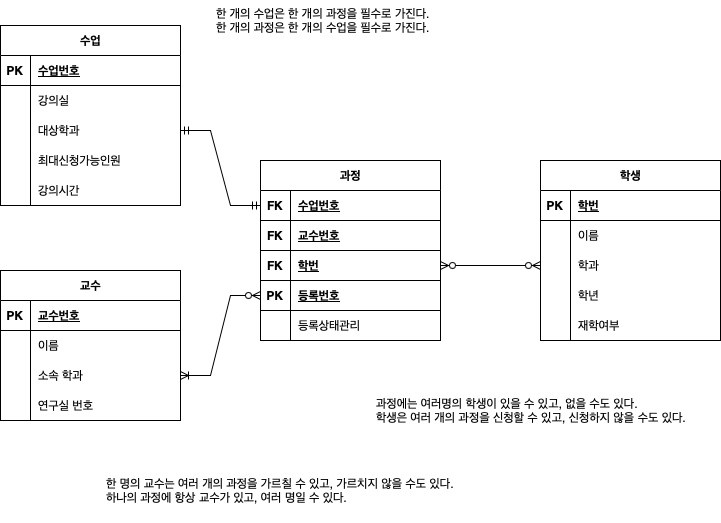
ikkjun/SQL keeps this draw.io diagram as Data Modeling/수강신청.drawio.png. Above is the earlier version. Source tidied: cells renumbered, new cells last; positions are measured from the earlier drawing's top-left corner, leaving out a move shared by most shapes.
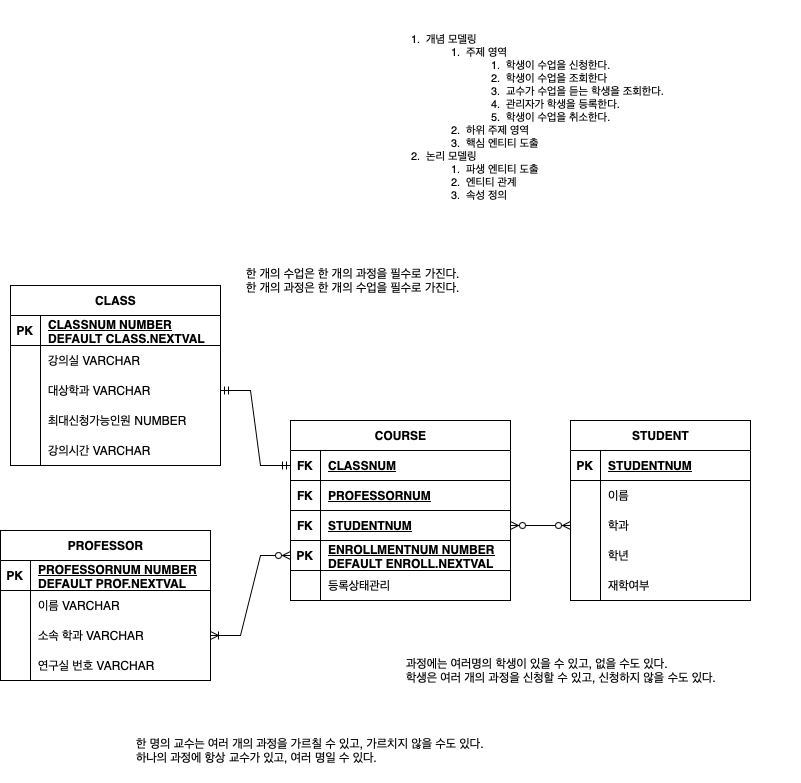
Above is the later version.

Commit message:
수강신청.drawio.png 업데이트

What changed in the source:
```diff
@@ -4,7 +4,7 @@
     <mxCell id="1" parent="0" />
-    <mxCell id="2" value="수업" style="shape=table;startSize=30;rowLines=0;fontStyle=1;align=center;html=1;" parent="1" vertex="1">
-      <mxGeometry y="25" width="180" height="180" as="geometry" />
+    <mxCell id="2" value="CLASS" style="shape=table;startSize=30;rowLines=0;fontStyle=1;align=center;html=1;" parent="1" vertex="1">
+      <mxGeometry x="-20" y="25" width="210" height="180" as="geometry" />
     </mxCell>
     <mxCell id="3" style="shape=tableRow;horizontal=0;startSize=0;swimlaneHead=0;swimlaneBody=0;fillColor=none;top=0;left=0;right=0;bottom=1;" parent="2" vertex="1">
-      <mxGeometry y="30" width="180" height="30" as="geometry" />
+      <mxGeometry y="30" width="210" height="30" as="geometry" />
     </mxCell>
@@ -13,7 +13,7 @@
     </mxCell>
-    <mxCell id="5" value="수업번호" style="shape=partialRectangle;fillColor=none;top=0;left=0;bottom=0;right=0;align=left;spacingLeft=6;fontStyle=5;overflow=hidden;whiteSpace=wrap;html=1;" parent="3" vertex="1">
-      <mxGeometry x="30" width="150" height="30" as="geometry" />
+    <mxCell id="5" value="CLASSNUM NUMBER &lt;br&gt;DEFAULT CLASS.NEXTVAL" style="shape=partialRectangle;fillColor=none;top=0;left=0;bottom=0;right=0;align=left;spacingLeft=6;fontStyle=5;overflow=hidden;whiteSpace=wrap;html=1;" parent="3" vertex="1">
+      <mxGeometry x="30" width="180" height="30" as="geometry" />
     </mxCell>
     <mxCell id="6" style="shape=tableRow;horizontal=0;startSize=0;swimlaneHead=0;swimlaneBody=0;fillColor=none;top=0;left=0;right=0;bottom=0;" parent="2" vertex="1">
-      <mxGeometry y="60" width="180" height="30" as="geometry" />
+      <mxGeometry y="60" width="210" height="30" as="geometry" />
     </mxCell>
@@ -22,7 +22,7 @@
     </mxCell>
-    <mxCell id="8" value="강의실" style="shape=partialRectangle;fillColor=none;top=0;left=0;bottom=0;right=0;align=left;spacingLeft=6;overflow=hidden;whiteSpace=wrap;html=1;" parent="6" vertex="1">
-      <mxGeometry x="30" width="150" height="30" as="geometry" />
+    <mxCell id="8" value="강의실 VARCHAR" style="shape=partialRectangle;fillColor=none;top=0;left=0;bottom=0;right=0;align=left;spacingLeft=6;overflow=hidden;whiteSpace=wrap;html=1;" parent="6" vertex="1">
+      <mxGeometry x="30" width="180" height="30" as="geometry" />
     </mxCell>
     <mxCell id="9" style="shape=tableRow;horizontal=0;startSize=0;swimlaneHead=0;swimlaneBody=0;fillColor=none;points=[[0,0.5],[1,0.5]];portConstraint=eastwest;top=0;left=0;right=0;bottom=0;" parent="2" vertex="1">
-      <mxGeometry y="90" width="180" height="30" as="geometry" />
+      <mxGeometry y="90" width="210" height="30" as="geometry" />
     </mxCell>
@@ -31,7 +31,7 @@
     </mxCell>
-    <mxCell id="11" value="대상학과" style="shape=partialRectangle;fillColor=none;top=0;left=0;bottom=0;right=0;align=left;spacingLeft=6;overflow=hidden;whiteSpace=wrap;html=1;" parent="9" vertex="1">
-      <mxGeometry x="30" width="150" height="30" as="geometry" />
+    <mxCell id="11" value="대상학과 VARCHAR" style="shape=partialRectangle;fillColor=none;top=0;left=0;bottom=0;right=0;align=left;spacingLeft=6;overflow=hidden;whiteSpace=wrap;html=1;" parent="9" vertex="1">
+      <mxGeometry x="30" width="180" height="30" as="geometry" />
     </mxCell>
     <mxCell id="12" style="shape=tableRow;horizontal=0;startSize=0;swimlaneHead=0;swimlaneBody=0;fillColor=none;top=0;left=0;right=0;bottom=0;" parent="2" vertex="1">
-      <mxGeometry y="120" width="180" height="30" as="geometry" />
+      <mxGeometry y="120" width="210" height="30" as="geometry" />
     </mxCell>
@@ -40,7 +40,7 @@
     </mxCell>
-    <mxCell id="14" value="최대신청가능인원" style="shape=partialRectangle;fillColor=none;top=0;left=0;bottom=0;right=0;align=left;spacingLeft=6;overflow=hidden;whiteSpace=wrap;html=1;" parent="12" vertex="1">
-      <mxGeometry x="30" width="150" height="30" as="geometry" />
+    <mxCell id="14" value="최대신청가능인원 NUMBER" style="shape=partialRectangle;fillColor=none;top=0;left=0;bottom=0;right=0;align=left;spacingLeft=6;overflow=hidden;whiteSpace=wrap;html=1;" parent="12" vertex="1">
+      <mxGeometry x="30" width="180" height="30" as="geometry" />
     </mxCell>
     <mxCell id="15" style="shape=tableRow;horizontal=0;startSize=0;swimlaneHead=0;swimlaneBody=0;fillColor=none;top=0;left=0;right=0;bottom=0;" parent="2" vertex="1">
-      <mxGeometry y="150" width="180" height="30" as="geometry" />
+      <mxGeometry y="150" width="210" height="30" as="geometry" />
     </mxCell>
@@ -49,10 +49,10 @@
     </mxCell>
-    <mxCell id="17" value="강의시간" style="shape=partialRectangle;fillColor=none;top=0;left=0;bottom=0;right=0;align=left;spacingLeft=6;overflow=hidden;whiteSpace=wrap;html=1;" parent="15" vertex="1">
-      <mxGeometry x="30" width="150" height="30" as="geometry" />
+    <mxCell id="17" value="강의시간 VARCHAR" style="shape=partialRectangle;fillColor=none;top=0;left=0;bottom=0;right=0;align=left;spacingLeft=6;overflow=hidden;whiteSpace=wrap;html=1;" parent="15" vertex="1">
+      <mxGeometry x="30" width="180" height="30" as="geometry" />
     </mxCell>
-    <mxCell id="18" value="교수" style="shape=table;startSize=30;rowLines=0;fontStyle=1;align=center;html=1;" parent="1" vertex="1">
-      <mxGeometry y="270" width="180" height="150" as="geometry" />
+    <mxCell id="18" value="PROFESSOR" style="shape=table;startSize=30;rowLines=0;fontStyle=1;align=center;html=1;" parent="1" vertex="1">
+      <mxGeometry x="-30" y="270" width="210" height="150" as="geometry" />
     </mxCell>
     <mxCell id="19" style="shape=tableRow;horizontal=0;startSize=0;swimlaneHead=0;swimlaneBody=0;fillColor=none;top=0;left=0;right=0;bottom=1;" parent="18" vertex="1">
-      <mxGeometry y="30" width="180" height="30" as="geometry" />
+      <mxGeometry y="30" width="210" height="30" as="geometry" />
     </mxCell>
@@ -61,7 +61,7 @@
     </mxCell>
-    <mxCell id="21" value="교수번호" style="shape=partialRectangle;fillColor=none;top=0;left=0;bottom=0;right=0;align=left;spacingLeft=6;fontStyle=5;overflow=hidden;whiteSpace=wrap;html=1;" parent="19" vertex="1">
-      <mxGeometry x="30" width="150" height="30" as="geometry" />
+    <mxCell id="21" value="PROFESSORNUM NUMBER DEFAULT PROF.NEXTVAL" style="shape=partialRectangle;fillColor=none;top=0;left=0;bottom=0;right=0;align=left;spacingLeft=6;fontStyle=5;overflow=hidden;whiteSpace=wrap;html=1;" parent="19" vertex="1">
+      <mxGeometry x="30" width="180" height="30" as="geometry" />
     </mxCell>
     <mxCell id="22" style="shape=tableRow;horizontal=0;startSize=0;swimlaneHead=0;swimlaneBody=0;fillColor=none;top=0;left=0;right=0;bottom=0;" parent="18" vertex="1">
-      <mxGeometry y="60" width="180" height="30" as="geometry" />
+      <mxGeometry y="60" width="210" height="30" as="geometry" />
     </mxCell>
@@ -70,7 +70,7 @@
     </mxCell>
-    <mxCell id="24" value="이름" style="shape=partialRectangle;fillColor=none;top=0;left=0;bottom=0;right=0;align=left;spacingLeft=6;overflow=hidden;whiteSpace=wrap;html=1;" parent="22" vertex="1">
-      <mxGeometry x="30" width="150" height="30" as="geometry" />
+    <mxCell id="24" value="이름 VARCHAR" style="shape=partialRectangle;fillColor=none;top=0;left=0;bottom=0;right=0;align=left;spacingLeft=6;overflow=hidden;whiteSpace=wrap;html=1;" parent="22" vertex="1">
+      <mxGeometry x="30" width="180" height="30" as="geometry" />
     </mxCell>
     <mxCell id="25" style="shape=tableRow;horizontal=0;startSize=0;swimlaneHead=0;swimlaneBody=0;fillColor=none;points=[[0,0.5],[1,0.5]];portConstraint=eastwest;top=0;left=0;right=0;bottom=0;" parent="18" vertex="1">
-      <mxGeometry y="90" width="180" height="30" as="geometry" />
+      <mxGeometry y="90" width="210" height="30" as="geometry" />
     </mxCell>
@@ -79,7 +79,7 @@
     </mxCell>
-    <mxCell id="27" value="소속 학과" style="shape=partialRectangle;fillColor=none;top=0;left=0;bottom=0;right=0;align=left;spacingLeft=6;overflow=hidden;whiteSpace=wrap;html=1;" parent="25" vertex="1">
-      <mxGeometry x="30" width="150" height="30" as="geometry" />
+    <mxCell id="27" value="소속 학과 VARCHAR" style="shape=partialRectangle;fillColor=none;top=0;left=0;bottom=0;right=0;align=left;spacingLeft=6;overflow=hidden;whiteSpace=wrap;html=1;" parent="25" vertex="1">
+      <mxGeometry x="30" width="180" height="30" as="geometry" />
     </mxCell>
     <mxCell id="28" style="shape=tableRow;horizontal=0;startSize=0;swimlaneHead=0;swimlaneBody=0;fillColor=none;top=0;left=0;right=0;bottom=0;" parent="18" vertex="1">
-      <mxGeometry y="120" width="180" height="30" as="geometry" />
+      <mxGeometry y="120" width="210" height="30" as="geometry" />
     </mxCell>
@@ -88,6 +88,6 @@
     </mxCell>
-    <mxCell id="30" value="연구실 번호" style="shape=partialRectangle;fillColor=none;top=0;left=0;bottom=0;right=0;align=left;spacingLeft=6;overflow=hidden;whiteSpace=wrap;html=1;" parent="28" vertex="1">
-      <mxGeometry x="30" width="150" height="30" as="geometry" />
+    <mxCell id="30" value="연구실 번호 VARCHAR" style="shape=partialRectangle;fillColor=none;top=0;left=0;bottom=0;right=0;align=left;spacingLeft=6;overflow=hidden;whiteSpace=wrap;html=1;" parent="28" vertex="1">
+      <mxGeometry x="30" width="180" height="30" as="geometry" />
     </mxCell>
-    <mxCell id="31" value="학생" style="shape=table;startSize=30;rowLines=0;fontStyle=1;align=center;html=1;" parent="1" vertex="1">
+    <mxCell id="31" value="STUDENT" style="shape=table;startSize=30;rowLines=0;fontStyle=1;align=center;html=1;" parent="1" vertex="1">
       <mxGeometry x="540" y="160" width="180" height="180" as="geometry" />
@@ -100,3 +100,3 @@
     </mxCell>
-    <mxCell id="34" value="학번" style="shape=partialRectangle;fillColor=none;top=0;left=0;bottom=0;right=0;align=left;spacingLeft=6;fontStyle=5;overflow=hidden;whiteSpace=wrap;html=1;" parent="32" vertex="1">
+    <mxCell id="34" value="STUDENTNUM" style="shape=partialRectangle;fillColor=none;top=0;left=0;bottom=0;right=0;align=left;spacingLeft=6;fontStyle=5;overflow=hidden;whiteSpace=wrap;html=1;" parent="32" vertex="1">
       <mxGeometry x="30" width="150" height="30" as="geometry" />
@@ -142,7 +142,7 @@
     </mxCell>
-    <mxCell id="48" value="과정" style="shape=table;startSize=30;rowLines=0;fontStyle=1;align=center;html=1;" parent="1" vertex="1">
-      <mxGeometry x="260" y="160" width="180" height="180" as="geometry" />
+    <mxCell id="48" value="COURSE" style="shape=table;startSize=30;rowLines=0;fontStyle=1;align=center;html=1;" parent="1" vertex="1">
+      <mxGeometry x="260" y="160" width="220" height="180" as="geometry" />
     </mxCell>
     <mxCell id="49" style="shape=tableRow;horizontal=0;startSize=0;swimlaneHead=0;swimlaneBody=0;fillColor=none;points=[[0,0.5],[1,0.5]];portConstraint=eastwest;top=0;left=0;right=0;bottom=1;" parent="48" vertex="1">
-      <mxGeometry y="30" width="180" height="30" as="geometry" />
+      <mxGeometry y="30" width="220" height="30" as="geometry" />
     </mxCell>
@@ -151,7 +151,7 @@
     </mxCell>
-    <mxCell id="51" value="수업번호" style="shape=partialRectangle;fillColor=none;top=0;left=0;bottom=0;right=0;align=left;spacingLeft=6;fontStyle=5;overflow=hidden;whiteSpace=wrap;html=1;" parent="49" vertex="1">
-      <mxGeometry x="30" width="150" height="30" as="geometry" />
+    <mxCell id="51" value="CLASSNUM" style="shape=partialRectangle;fillColor=none;top=0;left=0;bottom=0;right=0;align=left;spacingLeft=6;fontStyle=5;overflow=hidden;whiteSpace=wrap;html=1;" parent="49" vertex="1">
+      <mxGeometry x="30" width="190" height="30" as="geometry" />
     </mxCell>
     <mxCell id="52" style="shape=tableRow;horizontal=0;startSize=0;swimlaneHead=0;swimlaneBody=0;fillColor=none;top=0;left=0;right=0;bottom=1;" parent="48" vertex="1">
-      <mxGeometry y="60" width="180" height="30" as="geometry" />
+      <mxGeometry y="60" width="220" height="30" as="geometry" />
     </mxCell>
@@ -160,7 +160,7 @@
     </mxCell>
-    <mxCell id="54" value="교수번호" style="shape=partialRectangle;fillColor=none;top=0;left=0;bottom=0;right=0;align=left;spacingLeft=6;fontStyle=5;overflow=hidden;whiteSpace=wrap;html=1;" parent="52" vertex="1">
-      <mxGeometry x="30" width="150" height="30" as="geometry" />
+    <mxCell id="54" value="PROFESSORNUM" style="shape=partialRectangle;fillColor=none;top=0;left=0;bottom=0;right=0;align=left;spacingLeft=6;fontStyle=5;overflow=hidden;whiteSpace=wrap;html=1;" parent="52" vertex="1">
+      <mxGeometry x="30" width="190" height="30" as="geometry" />
     </mxCell>
     <mxCell id="55" style="shape=tableRow;horizontal=0;startSize=0;swimlaneHead=0;swimlaneBody=0;fillColor=none;points=[[0,0.5],[1,0.5]];portConstraint=eastwest;top=0;left=0;right=0;bottom=1;" parent="48" vertex="1">
-      <mxGeometry y="90" width="180" height="30" as="geometry" />
+      <mxGeometry y="90" width="220" height="30" as="geometry" />
     </mxCell>
@@ -169,7 +169,7 @@
     </mxCell>
-    <mxCell id="57" value="학번" style="shape=partialRectangle;fillColor=none;top=0;left=0;bottom=0;right=0;align=left;spacingLeft=6;fontStyle=5;overflow=hidden;whiteSpace=wrap;html=1;" parent="55" vertex="1">
-      <mxGeometry x="30" width="150" height="30" as="geometry" />
+    <mxCell id="57" value="STUDENTNUM" style="shape=partialRectangle;fillColor=none;top=0;left=0;bottom=0;right=0;align=left;spacingLeft=6;fontStyle=5;overflow=hidden;whiteSpace=wrap;html=1;" parent="55" vertex="1">
+      <mxGeometry x="30" width="190" height="30" as="geometry" />
     </mxCell>
     <mxCell id="58" style="shape=tableRow;horizontal=0;startSize=0;swimlaneHead=0;swimlaneBody=0;fillColor=none;points=[[0,0.5],[1,0.5]];portConstraint=eastwest;top=0;left=0;right=0;bottom=1;" parent="48" vertex="1">
-      <mxGeometry y="120" width="180" height="30" as="geometry" />
+      <mxGeometry y="120" width="220" height="30" as="geometry" />
     </mxCell>
@@ -178,7 +178,7 @@
     </mxCell>
-    <mxCell id="60" value="등록번호" style="shape=partialRectangle;fillColor=none;top=0;left=0;bottom=0;right=0;align=left;spacingLeft=6;fontStyle=5;overflow=hidden;whiteSpace=wrap;html=1;" parent="58" vertex="1">
-      <mxGeometry x="30" width="150" height="30" as="geometry" />
+    <mxCell id="60" value="ENROLLMENTNUM NUMBER&lt;br&gt;DEFAULT ENROLL.NEXTVAL" style="shape=partialRectangle;fillColor=none;top=0;left=0;bottom=0;right=0;align=left;spacingLeft=6;fontStyle=5;overflow=hidden;whiteSpace=wrap;html=1;" parent="58" vertex="1">
+      <mxGeometry x="30" width="190" height="30" as="geometry" />
     </mxCell>
     <mxCell id="61" style="shape=tableRow;horizontal=0;startSize=0;swimlaneHead=0;swimlaneBody=0;fillColor=none;top=0;left=0;right=0;bottom=0;" parent="48" vertex="1">
-      <mxGeometry y="150" width="180" height="30" as="geometry" />
+      <mxGeometry y="150" width="220" height="30" as="geometry" />
     </mxCell>
@@ -188,3 +188,3 @@
     <mxCell id="63" value="등록상태관리" style="shape=partialRectangle;fillColor=none;top=0;left=0;bottom=0;right=0;align=left;spacingLeft=6;overflow=hidden;whiteSpace=wrap;html=1;" parent="61" vertex="1">
-      <mxGeometry x="30" width="150" height="30" as="geometry" />
+      <mxGeometry x="30" width="190" height="30" as="geometry" />
     </mxCell>
@@ -209,2 +209,5 @@
     </mxCell>
+    <mxCell id="69" value="&lt;ol&gt;&lt;br&gt;&lt;li style=&quot;margin: 0px; font-style: normal; font-variant-caps: normal; font-stretch: normal; font-size: 11px; line-height: normal; font-size-adjust: none; font-kerning: auto; font-variant-alternates: normal; font-variant-ligatures: normal; font-variant-numeric: normal; font-variant-east-asian: normal; font-variant-position: normal; font-variant-emoji: normal; font-feature-settings: normal; font-optical-sizing: auto; font-variation-settings: normal;&quot;&gt;개념 모델링&lt;/li&gt;&lt;ol&gt;&lt;li style=&quot;margin: 0px; font-style: normal; font-variant-caps: normal; font-stretch: normal; font-size: 11px; line-height: normal; font-size-adjust: none; font-kerning: auto; font-variant-alternates: normal; font-variant-ligatures: normal; font-variant-numeric: normal; font-variant-east-asian: normal; font-variant-position: normal; font-variant-emoji: normal; font-feature-settings: normal; font-optical-sizing: auto; font-variation-settings: normal;&quot;&gt;주제 영역&lt;/li&gt;&lt;ol&gt;&lt;li style=&quot;margin: 0px; font-style: normal; font-variant-caps: normal; font-stretch: normal; font-size: 11px; line-height: normal; font-size-adjust: none; font-kerning: auto; font-variant-alternates: normal; font-variant-ligatures: normal; font-variant-numeric: normal; font-variant-east-asian: normal; font-variant-position: normal; font-variant-emoji: normal; font-feature-settings: normal; font-optical-sizing: auto; font-variation-settings: normal;&quot;&gt;학생이 수업을 신청한다.&lt;/li&gt;&lt;li style=&quot;margin: 0px; font-style: normal; font-variant-caps: normal; font-stretch: normal; font-size: 11px; line-height: normal; font-size-adjust: none; font-kerning: auto; font-variant-alternates: normal; font-variant-ligatures: normal; font-variant-numeric: normal; font-variant-east-asian: normal; font-variant-position: normal; font-variant-emoji: normal; font-feature-settings: normal; font-optical-sizing: auto; font-variation-settings: normal;&quot;&gt;학생이 수업을 조회한다&lt;/li&gt;&lt;li style=&quot;margin: 0px; font-style: normal; font-variant-caps: normal; font-stretch: normal; font-size: 11px; line-height: normal; font-size-adjust: none; font-kerning: auto; font-variant-alternates: normal; font-variant-ligatures: normal; font-variant-numeric: normal; font-variant-east-asian: normal; font-variant-position: normal; font-variant-emoji: normal; font-feature-settings: normal; font-optical-sizing: auto; font-variation-settings: normal;&quot;&gt;교수가 수업을 듣는 학생을 조회한다.&lt;/li&gt;&lt;li style=&quot;margin: 0px; font-style: normal; font-variant-caps: normal; font-stretch: normal; font-size: 11px; line-height: normal; font-size-adjust: none; font-kerning: auto; font-variant-alternates: normal; font-variant-ligatures: normal; font-variant-numeric: normal; font-variant-east-asian: normal; font-variant-position: normal; font-variant-emoji: normal; font-feature-settings: normal; font-optical-sizing: auto; font-variation-settings: normal;&quot;&gt;관리자가 학생을 등록한다.&lt;/li&gt;&lt;li style=&quot;margin: 0px; font-style: normal; font-variant-caps: normal; font-stretch: normal; font-size: 11px; line-height: normal; font-size-adjust: none; font-kerning: auto; font-variant-alternates: normal; font-variant-ligatures: normal; font-variant-numeric: normal; font-variant-east-asian: normal; font-variant-position: normal; font-variant-emoji: normal; font-feature-settings: normal; font-optical-sizing: auto; font-variation-settings: normal;&quot;&gt;학생이 수업을 취소한다.&lt;/li&gt;&lt;/ol&gt;&lt;li style=&quot;margin: 0px; font-style: normal; font-variant-caps: normal; font-stretch: normal; font-size: 11px; line-height: normal; font-size-adjust: none; font-kerning: auto; font-variant-alternates: normal; font-variant-ligatures: normal; font-variant-numeric: normal; font-variant-east-asian: normal; font-variant-position: normal; font-variant-emoji: normal; font-feature-settings: normal; font-optical-sizing: auto; font-variation-settings: normal;&quot;&gt;하위 주제 영역&lt;/li&gt;&lt;li style=&quot;margin: 0px; font-style: normal; font-variant-caps: normal; font-stretch: normal; font-size: 11px; line-height: normal; font-size-adjust: none; font-kerning: auto; font-variant-alternates: normal; font-variant-ligatures: normal; font-variant-numeric: normal; font-variant-east-asian: normal; font-variant-position: normal; font-variant-emoji: normal; font-feature-settings: normal; font-optical-sizing: auto; font-variation-settings: normal;&quot;&gt;핵심 엔티티 도출&lt;/li&gt;&lt;/ol&gt;&lt;li style=&quot;margin: 0px; font-style: normal; font-variant-caps: normal; font-stretch: normal; font-size: 11px; line-height: normal; font-size-adjust: none; font-kerning: auto; font-variant-alternates: normal; font-variant-ligatures: normal; font-variant-numeric: normal; font-variant-east-asian: normal; font-variant-position: normal; font-variant-emoji: normal; font-feature-settings: normal; font-optical-sizing: auto; font-variation-settings: normal;&quot;&gt;논리 모델링&lt;/li&gt;&lt;ol&gt;&lt;li style=&quot;margin: 0px; font-style: normal; font-variant-caps: normal; font-stretch: normal; font-size: 11px; line-height: normal; font-size-adjust: none; font-kerning: auto; font-variant-alternates: normal; font-variant-ligatures: normal; font-variant-numeric: normal; font-variant-east-asian: normal; font-variant-position: normal; font-variant-emoji: normal; font-feature-settings: normal; font-optical-sizing: auto; font-variation-settings: normal;&quot;&gt;파생 엔티티 도출&lt;/li&gt;&lt;li style=&quot;margin: 0px; font-style: normal; font-variant-caps: normal; font-stretch: normal; font-size: 11px; line-height: normal; font-size-adjust: none; font-kerning: auto; font-variant-alternates: normal; font-variant-ligatures: normal; font-variant-numeric: normal; font-variant-east-asian: normal; font-variant-position: normal; font-variant-emoji: normal; font-feature-settings: normal; font-optical-sizing: auto; font-variation-settings: normal;&quot;&gt;엔티티 관계&lt;/li&gt;&lt;li style=&quot;margin: 0px; font-style: normal; font-variant-caps: normal; font-stretch: normal; font-size: 11px; line-height: normal; font-size-adjust: none; font-kerning: auto; font-variant-alternates: normal; font-variant-ligatures: normal; font-variant-numeric: normal; font-variant-east-asian: normal; font-variant-position: normal; font-variant-emoji: normal; font-feature-settings: normal; font-optical-sizing: auto; font-variation-settings: normal;&quot;&gt;속성 정의&lt;/li&gt;&lt;/ol&gt;&lt;/ol&gt;" style="text;strokeColor=none;fillColor=none;spacingLeft=4;spacingRight=4;overflow=hidden;fontSize=12;whiteSpace=wrap;html=1;" parent="1" vertex="1">
+      <mxGeometry x="350" y="-260" width="420" height="220" as="geometry" />
+    </mxCell>
   </root>
```
